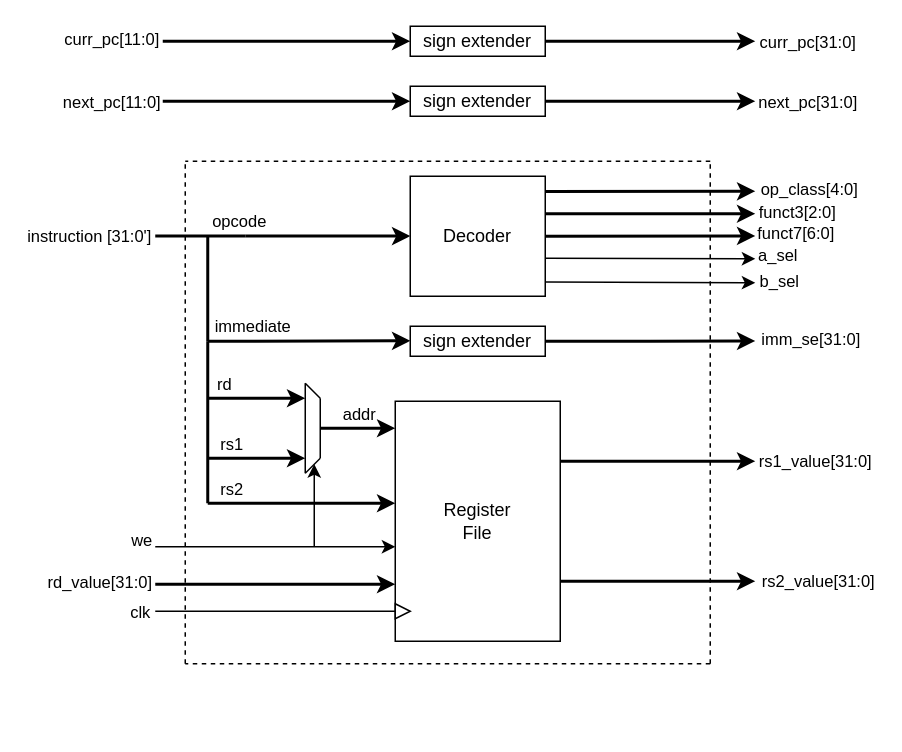
Before: docs/images/ID_BD.drawio in mircotoll01/VHDL-RISC-V, a draw.io diagram. Source tidied: cells renumbered, new cells numbered last; positions are measured from the earlier drawing's top-left corner, leaving out a move shared by most shapes. Both pictures are drawn from the tidied source at 150%, with x=0, y=0 at pixel (154, 26).
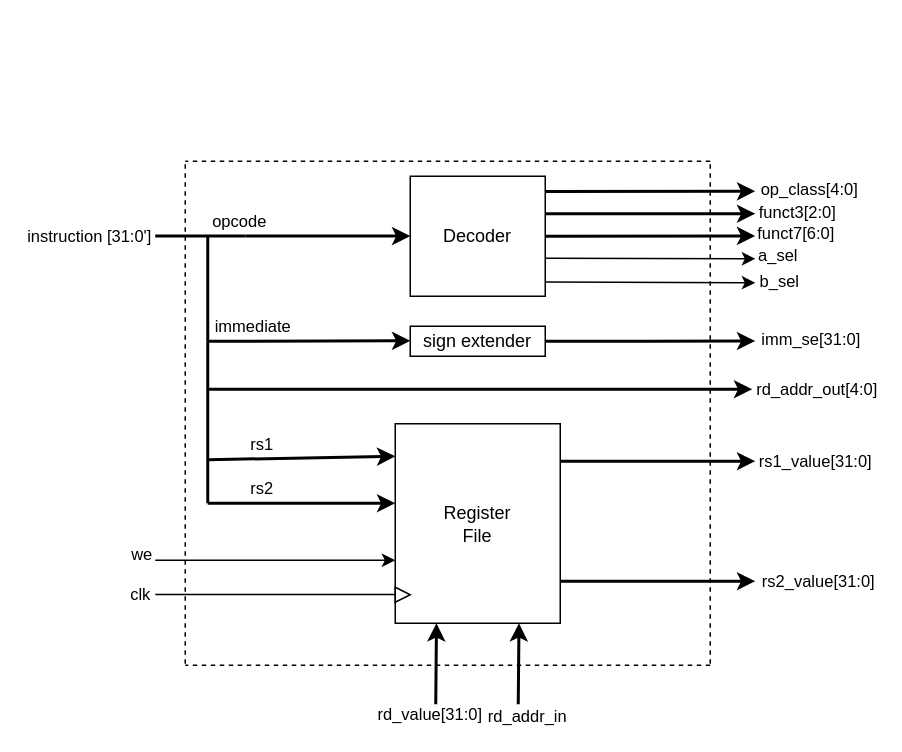
Above is the later version.

Unchanged cells that the change refers to:
```xml
<mxCell id="43" style="endArrow=classic;html=1;rounded=0;strokeWidth=2;" parent="1" edge="1">
  <mxGeometry relative="1" as="geometry">
    <mxPoint x="35" y="318" as="sourcePoint" />
    <mxPoint x="160" y="318" as="targetPoint" />
  </mxGeometry>
</mxCell>
```

What changed in the source:
```diff
@@
     <mxCell id="2" value="&lt;div&gt;Register&lt;/div&gt;&lt;div&gt;File&lt;/div&gt;" style="rounded=0;whiteSpace=wrap;html=1;" parent="1" vertex="1">
-      <mxGeometry x="160" y="250" width="110" height="160" as="geometry" />
+      <mxGeometry x="160" y="265" width="110" height="133" as="geometry" />
     </mxCell>
@@
-    <mxCell id="4" style="endArrow=none;html=1;rounded=0;" parent="1" edge="1">
-      <mxGeometry relative="1" as="geometry">
-        <mxPoint x="100" y="298" as="sourcePoint" />
-        <mxPoint x="110" y="288" as="targetPoint" />
-      </mxGeometry>
-    </mxCell>
-    <mxCell id="5" style="endArrow=none;html=1;rounded=0;" parent="1" edge="1">
-      <mxGeometry relative="1" as="geometry">
-        <mxPoint x="100" y="238" as="sourcePoint" />
-        <mxPoint x="110" y="248" as="targetPoint" />
-      </mxGeometry>
-    </mxCell>
-    <mxCell id="6" style="endArrow=none;html=1;rounded=0;" parent="1" edge="1">
-      <mxGeometry relative="1" as="geometry">
-        <mxPoint x="110" y="288" as="sourcePoint" />
-        <mxPoint x="110" y="248" as="targetPoint" />
-      </mxGeometry>
-    </mxCell>
-    <mxCell id="7" style="endArrow=none;html=1;rounded=0;" parent="1" edge="1">
-      <mxGeometry relative="1" as="geometry">
-        <mxPoint x="100" y="298" as="sourcePoint" />
-        <mxPoint x="100" y="238" as="targetPoint" />
-      </mxGeometry>
-    </mxCell>
-    <mxCell id="8" style="endArrow=classic;html=1;rounded=0;entryX=0;entryY=0.25;entryDx=0;entryDy=0;strokeWidth=2;" parent="1" edge="1">
-      <mxGeometry relative="1" as="geometry">
-        <mxPoint x="110" y="268" as="sourcePoint" />
-        <mxPoint x="160" y="268" as="targetPoint" />
-      </mxGeometry>
-    </mxCell>
-    <mxCell id="9" value="addr" style="edgeLabel;html=1;align=center;verticalAlign=middle;" parent="8" vertex="1">
-      <mxGeometry x="0.03" y="1" relative="1" as="geometry">
-        <mxPoint x="-1" y="-9" as="offset" />
-      </mxGeometry>
-    </mxCell>
-    <mxCell id="10" value="sign extender" style="rounded=0;whiteSpace=wrap;html=1;" parent="1" vertex="1">
-      <mxGeometry x="170" y="40" width="90" height="20" as="geometry" />
-    </mxCell>
-    <mxCell id="11" value="sign extender" style="rounded=0;whiteSpace=wrap;html=1;" parent="1" vertex="1">
-      <mxGeometry x="170" width="90" height="20" as="geometry" />
-    </mxCell>
-    <mxCell id="12" style="endArrow=classic;html=1;rounded=0;strokeWidth=2;" parent="1" edge="1">
-      <mxGeometry relative="1" as="geometry">
-        <mxPoint x="5" y="50" as="sourcePoint" />
-        <mxPoint x="170" y="50" as="targetPoint" />
-      </mxGeometry>
-    </mxCell>
-    <mxCell id="13" value="next_pc[11:0]" style="edgeLabel;html=1;align=center;verticalAlign=middle;" parent="12" vertex="1">
-      <mxGeometry x="-0.93" relative="1" as="geometry">
-        <mxPoint x="-41" as="offset" />
-      </mxGeometry>
-    </mxCell>
-    <mxCell id="14" style="endArrow=classic;html=1;rounded=0;strokeWidth=2;" parent="1" edge="1">
-      <mxGeometry relative="1" as="geometry">
-        <mxPoint x="5" y="10" as="sourcePoint" />
-        <mxPoint x="170" y="10" as="targetPoint" />
-      </mxGeometry>
-    </mxCell>
-    <mxCell id="15" value="curr_pc[11:0]" style="edgeLabel;html=1;align=center;verticalAlign=middle;" parent="14" vertex="1">
-      <mxGeometry x="-0.93" y="2" relative="1" as="geometry">
-        <mxPoint x="-41" as="offset" />
-      </mxGeometry>
-    </mxCell>
-    <mxCell id="16" style="endArrow=classic;html=1;rounded=0;strokeWidth=2;exitX=1;exitY=0.5;exitDx=0;exitDy=0;" parent="1" edge="1" source="10">
-      <mxGeometry relative="1" as="geometry">
-        <mxPoint x="400" y="50" as="targetPoint" />
-      </mxGeometry>
-    </mxCell>
-    <mxCell id="17" value="next_pc[31:0]" style="edgeLabel;html=1;align=center;verticalAlign=middle;" parent="16" vertex="1">
-      <mxGeometry x="0.8" y="-1" relative="1" as="geometry">
-        <mxPoint x="48" y="-1" as="offset" />
-      </mxGeometry>
-    </mxCell>
-    <mxCell id="18" style="endArrow=classic;html=1;rounded=0;strokeWidth=2;exitX=1;exitY=0.5;exitDx=0;exitDy=0;" parent="1" edge="1" source="11">
-      <mxGeometry relative="1" as="geometry">
-        <mxPoint x="400" y="10" as="targetPoint" />
-      </mxGeometry>
-    </mxCell>
-    <mxCell id="19" value="curr_pc[31:0]" style="edgeLabel;html=1;align=center;verticalAlign=middle;" parent="18" vertex="1">
-      <mxGeometry x="0.86" y="1" relative="1" as="geometry">
-        <mxPoint x="44" y="1" as="offset" />
-      </mxGeometry>
-    </mxCell>
-    <mxCell id="20" style="endArrow=classic;html=1;rounded=0;" parent="1" edge="1">
-      <mxGeometry relative="1" as="geometry">
-        <mxPoint x="106" y="347" as="sourcePoint" />
-        <mxPoint x="106" y="292" as="targetPoint" />
-      </mxGeometry>
-    </mxCell>
     <mxCell id="21" style="endArrow=classic;html=1;rounded=0;entryX=0;entryY=0.75;entryDx=0;entryDy=0;" parent="1" edge="1">
       <mxGeometry relative="1" as="geometry">
-        <mxPoint y="347" as="sourcePoint" />
-        <mxPoint x="160" y="347" as="targetPoint" />
+        <mxPoint y="356" as="sourcePoint" />
+        <mxPoint x="160" y="356" as="targetPoint" />
       </mxGeometry>
     </mxCell>
@@
-    <mxCell id="24" style="endArrow=classic;html=1;rounded=0;strokeWidth=2;" parent="1" edge="1">
+    <mxCell id="24" style="endArrow=classic;html=1;rounded=0;strokeWidth=2;entryX=0.75;entryY=1;entryDx=0;entryDy=0;" parent="1" edge="1" target="2">
       <mxGeometry relative="1" as="geometry">
-        <mxPoint x="35" y="248" as="sourcePoint" />
-        <mxPoint x="100" y="248" as="targetPoint" />
+        <mxPoint x="242" y="452" as="sourcePoint" />
       </mxGeometry>
     </mxCell>
-    <mxCell id="25" value="rd" style="edgeLabel;html=1;align=center;verticalAlign=middle;" parent="24" vertex="1">
+    <mxCell id="25" value="rd_addr_in" style="edgeLabel;html=1;align=center;verticalAlign=middle;" parent="24" vertex="1">
       <mxGeometry x="-0.51" y="-1" relative="1" as="geometry">
-        <mxPoint x="-6" y="-11" as="offset" />
+        <mxPoint x="4" y="20" as="offset" />
       </mxGeometry>
     </mxCell>
-    <mxCell id="26" style="endArrow=classic;html=1;rounded=0;strokeWidth=2;" parent="1" edge="1">
+    <mxCell id="26" style="endArrow=classic;html=1;rounded=0;strokeWidth=2;entryX=0;entryY=0.163;entryDx=0;entryDy=0;entryPerimeter=0;" parent="1" edge="1" target="2">
       <mxGeometry relative="1" as="geometry">
-        <mxPoint x="35" y="288" as="sourcePoint" />
-        <mxPoint x="100" y="288" as="targetPoint" />
+        <mxPoint x="35" y="289" as="sourcePoint" />
       </mxGeometry>
     </mxCell>
@@
     <mxCell id="40" style="triangle;whiteSpace=wrap;html=1;" parent="1" vertex="1">
-      <mxGeometry x="160" y="385" width="10" height="10" as="geometry" />
+      <mxGeometry x="160" y="374" width="10" height="10" as="geometry" />
     </mxCell>
     <mxCell id="41" style="endArrow=none;html=1;rounded=0;startFill=0;" parent="1" edge="1">
       <mxGeometry relative="1" as="geometry">
-        <mxPoint y="390" as="sourcePoint" />
-        <mxPoint x="160" y="390" as="targetPoint" />
+        <mxPoint y="378.9" as="sourcePoint" />
+        <mxPoint x="160" y="378.9" as="targetPoint" />
       </mxGeometry>
     </mxCell>
@@
     <mxCell id="44" value="rs2" style="edgeLabel;html=1;align=center;verticalAlign=middle;" parent="43" vertex="1">
       <mxGeometry x="0.62" relative="1" as="geometry">
-        <mxPoint x="-86" y="-10" as="offset" />
+        <mxPoint x="-66" y="-11" as="offset" />
       </mxGeometry>
     </mxCell>
@@
     <mxCell id="54" style="endArrow=none;dashed=1;html=1;rounded=0;" parent="1" edge="1">
       <mxGeometry relative="1" as="geometry">
-        <mxPoint x="370" y="425" as="sourcePoint" />
-        <mxPoint x="20" y="425" as="targetPoint" />
+        <mxPoint x="370" y="426" as="sourcePoint" />
+        <mxPoint x="20" y="426" as="targetPoint" />
       </mxGeometry>
     </mxCell>
@@
-    <mxCell id="61" style="endArrow=classic;html=1;rounded=0;strokeWidth=2;" parent="1" edge="1">
+    <mxCell id="61" style="endArrow=classic;html=1;rounded=0;strokeWidth=2;entryX=0.25;entryY=1;entryDx=0;entryDy=0;" parent="1" edge="1" target="2">
       <mxGeometry relative="1" as="geometry">
-        <mxPoint y="372" as="sourcePoint" />
-        <mxPoint x="160" y="372" as="targetPoint" />
+        <mxPoint x="187" y="452" as="sourcePoint" />
       </mxGeometry>
     </mxCell>
     <mxCell id="62" value="rd_value[31:0]" style="edgeLabel;html=1;align=center;verticalAlign=middle;" parent="61" vertex="1">
       <mxGeometry x="0.71" y="2" relative="1" as="geometry">
-        <mxPoint x="-175" as="offset" />
+        <mxPoint x="-3" y="53" as="offset" />
       </mxGeometry>
     </mxCell>
+    <mxCell id="63" style="endArrow=classic;html=1;rounded=0;strokeWidth=2;" parent="1" edge="1">
+      <mxGeometry relative="1" as="geometry">
+        <mxPoint x="35" y="242" as="sourcePoint" />
+        <mxPoint x="398" y="242" as="targetPoint" />
+      </mxGeometry>
+    </mxCell>
+    <mxCell id="64" value="rd_addr_out[4:0]" style="edgeLabel;html=1;align=center;verticalAlign=middle;" parent="63" vertex="1">
+      <mxGeometry x="-0.32" y="1" relative="1" as="geometry">
+        <mxPoint x="282" as="offset" />
+      </mxGeometry>
+    </mxCell>
```
